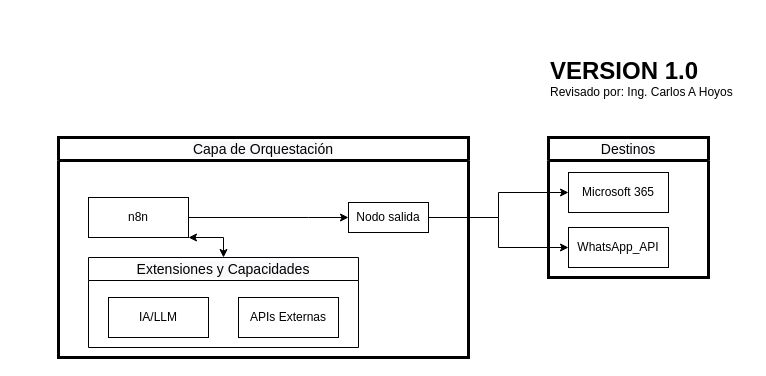
Before: diagrams/flows/Outbound desde n8n.drawio in carlhoro/raniot-digital-operations-orchestration, a draw.io diagram. Source tidied: cells renumbered, new cells numbered last; positions are measured from the earlier drawing's top-left corner, leaving out a move shared by most shapes. Both pictures are drawn from the tidied source at 100%, with x=0, y=0 at pixel (58, 37).
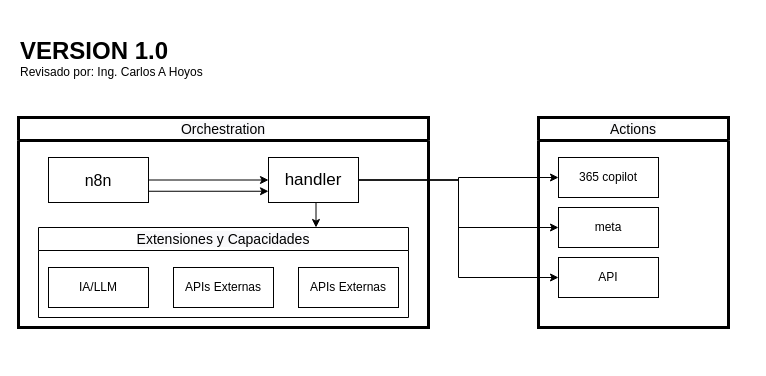
The same diagram, later.

Change to the diagram source:
```diff
@@
 <mxGraphModel>
   <root>
     <mxCell id="0" />
     <mxCell id="1" parent="0" />
-    <mxCell id="2" value="&lt;span style=&quot;font-family: &amp;quot;Recursive Variable&amp;quot;, arial, sans-serif; font-size: 14px; font-weight: 300; text-wrap-mode: nowrap; background-color: rgb(249, 249, 251);&quot;&gt;Capa de Orquestación&lt;/span&gt;" style="swimlane;whiteSpace=wrap;html=1;startSize=23;strokeWidth=3;" parent="1" vertex="1">
-      <mxGeometry y="100" width="410" height="220" as="geometry" />
+    <mxCell id="2" value="&lt;span style=&quot;font-family: &amp;quot;Recursive Variable&amp;quot;, arial, sans-serif; font-size: 14px; font-weight: 300; text-wrap-mode: nowrap; background-color: rgb(249, 249, 251);&quot;&gt;Orchestration&lt;/span&gt;" style="swimlane;whiteSpace=wrap;html=1;startSize=23;strokeWidth=3;" parent="1" vertex="1">
+      <mxGeometry x="-40" y="80" width="410" height="210" as="geometry" />
     </mxCell>
-    <mxCell id="3" value="n8n" style="whiteSpace=wrap;html=1;" parent="2" vertex="1">
-      <mxGeometry x="30" y="60" width="100" height="40" as="geometry" />
+    <mxCell id="3" value="n8n" style="whiteSpace=wrap;html=1;fontSize=16;" parent="2" vertex="1">
+      <mxGeometry x="30" y="40" width="100" height="45" as="geometry" />
     </mxCell>
     <mxCell id="4" value="&lt;span style=&quot;font-family: &amp;quot;Recursive Variable&amp;quot;, arial, sans-serif; font-size: 14px; font-weight: 300; text-wrap-mode: nowrap; background-color: rgb(249, 249, 251);&quot;&gt;Extensiones y Capacidades&lt;/span&gt;" style="swimlane;whiteSpace=wrap;html=1;" parent="2" vertex="1">
-      <mxGeometry x="30" y="120" width="270" height="90" as="geometry" />
+      <mxGeometry x="20" y="110" width="370" height="90" as="geometry" />
     </mxCell>
     <mxCell id="5" value="IA/LLM" style="whiteSpace=wrap;html=1;" parent="4" vertex="1">
-      <mxGeometry x="20" y="40" width="100" height="40" as="geometry" />
+      <mxGeometry x="10" y="40" width="100" height="40" as="geometry" />
     </mxCell>
     <mxCell id="6" value="APIs Externas" style="whiteSpace=wrap;html=1;" parent="4" vertex="1">
-      <mxGeometry x="150" y="40" width="100" height="40" as="geometry" />
+      <mxGeometry x="135" y="40" width="100" height="40" as="geometry" />
     </mxCell>
-    <mxCell id="7" style="endArrow=classic;html=1;rounded=0;exitX=1;exitY=1;exitDx=0;exitDy=0;entryX=0.5;entryY=0;entryDx=0;entryDy=0;startArrow=classic;startFill=1;" parent="2" edge="1" source="3" target="4">
-      <mxGeometry relative="1" as="geometry">
-        <Array as="points">
-          <mxPoint x="165" y="100" />
-        </Array>
-      </mxGeometry>
-    </mxCell>
+    <mxCell id="16" value="APIs Externas" style="whiteSpace=wrap;html=1;" parent="4" vertex="1">
+      <mxGeometry x="260" y="40" width="100" height="40" as="geometry" />
+    </mxCell>
+    <mxCell id="17" style="edgeStyle=orthogonalEdgeStyle;rounded=0;jettySize=auto;html=1;exitX=0.5;exitY=1;exitDx=0;exitDy=0;entryX=0.75;entryY=0;entryDx=0;entryDy=0;" parent="2" edge="1" source="8" target="4">
+      <mxGeometry relative="1" as="geometry" />
+    </mxCell>
-    <mxCell id="8" value="Nodo salida" style="whiteSpace=wrap;html=1;" parent="2" vertex="1">
-      <mxGeometry x="290" y="65" width="80" height="30" as="geometry" />
+    <mxCell id="8" value="handler" style="whiteSpace=wrap;html=1;fontSize=17;" parent="2" vertex="1">
+      <mxGeometry x="250" y="40" width="90" height="45" as="geometry" />
     </mxCell>
     <mxCell id="9" style="endArrow=classic;html=1;rounded=0;exitX=1;exitY=0.5;exitDx=0;exitDy=0;entryX=0;entryY=0.5;entryDx=0;entryDy=0;" parent="2" edge="1" source="3" target="8">
-      <mxGeometry relative="1" as="geometry">
-        <Array as="points">
-          <mxPoint x="250" y="80" />
-        </Array>
-      </mxGeometry>
+      <mxGeometry relative="1" as="geometry" />
     </mxCell>
+    <mxCell id="18" style="endArrow=classic;html=1;rounded=0;exitX=1;exitY=0.75;exitDx=0;exitDy=0;entryX=0;entryY=0.75;entryDx=0;entryDy=0;" parent="2" edge="1" source="3" target="8">
+      <mxGeometry relative="1" as="geometry" />
+    </mxCell>
     <mxCell id="10" value="&lt;div style=&quot;line-height: 30%;&quot;&gt;&lt;h1 style=&quot;margin-top: 0px; line-height: 30%;&quot;&gt;&lt;br&gt;&lt;/h1&gt;&lt;h1 style=&quot;margin-top: 0px; line-height: 30%;&quot;&gt;VERSION 1.0&lt;/h1&gt;&lt;p&gt;Revisado por: Ing. Carlos A Hoyos&lt;/p&gt;&lt;/div&gt;" style="text;html=1;whiteSpace=wrap;overflow=hidden;rounded=0;" parent="1" vertex="1">
-      <mxGeometry x="490" width="200" height="70" as="geometry" />
+      <mxGeometry x="-40" y="-20" width="200" height="70" as="geometry" />
     </mxCell>
-    <mxCell id="11" value="&lt;span style=&quot;font-family: &amp;quot;Recursive Variable&amp;quot;, arial, sans-serif; font-size: 14px; font-weight: 300; text-wrap-mode: nowrap; background-color: rgb(249, 249, 251);&quot;&gt;Destinos&lt;/span&gt;" style="swimlane;whiteSpace=wrap;html=1;strokeWidth=3;" parent="1" vertex="1">
-      <mxGeometry x="490" y="100" width="160" height="140" as="geometry" />
+    <mxCell id="11" value="&lt;span style=&quot;font-family: &amp;quot;Recursive Variable&amp;quot;, arial, sans-serif; font-size: 14px; font-weight: 300; text-wrap-mode: nowrap; background-color: rgb(249, 249, 251);&quot;&gt;Actions&lt;/span&gt;" style="swimlane;whiteSpace=wrap;html=1;strokeWidth=3;" parent="1" vertex="1">
+      <mxGeometry x="480" y="80" width="190" height="210" as="geometry" />
     </mxCell>
-    <mxCell id="12" value="WhatsApp_API" style="whiteSpace=wrap;html=1;" parent="11" vertex="1">
+    <mxCell id="12" value="meta" style="whiteSpace=wrap;html=1;" parent="11" vertex="1">
       <mxGeometry x="20" y="90" width="100" height="40" as="geometry" />
     </mxCell>
-    <mxCell id="13" value="Microsoft 365" style="whiteSpace=wrap;html=1;" parent="11" vertex="1">
-      <mxGeometry x="20" y="35" width="100" height="40" as="geometry" />
+    <mxCell id="13" value="365 copilot" style="whiteSpace=wrap;html=1;" parent="11" vertex="1">
+      <mxGeometry x="20" y="40" width="100" height="40" as="geometry" />
     </mxCell>
+    <mxCell id="19" value="API" style="whiteSpace=wrap;html=1;" parent="11" vertex="1">
+      <mxGeometry x="20" y="140" width="100" height="40" as="geometry" />
+    </mxCell>
     <mxCell id="14" style="edgeStyle=orthogonalEdgeStyle;rounded=0;jettySize=auto;html=1;exitX=1;exitY=0.5;exitDx=0;exitDy=0;entryX=0;entryY=0.5;entryDx=0;entryDy=0;" parent="1" edge="1" source="8" target="13">
       <mxGeometry relative="1" as="geometry" />
     </mxCell>
     <mxCell id="15" style="edgeStyle=orthogonalEdgeStyle;rounded=0;jettySize=auto;html=1;exitX=1;exitY=0.5;exitDx=0;exitDy=0;entryX=0;entryY=0.5;entryDx=0;entryDy=0;" parent="1" edge="1" source="8" target="12">
       <mxGeometry relative="1" as="geometry" />
     </mxCell>
+    <mxCell id="20" style="edgeStyle=orthogonalEdgeStyle;rounded=0;jettySize=auto;html=1;exitX=1;exitY=0.5;exitDx=0;exitDy=0;entryX=0;entryY=0.5;entryDx=0;entryDy=0;" parent="1" edge="1" source="8" target="19">
+      <mxGeometry relative="1" as="geometry" />
+    </mxCell>
   </root>
 </mxGraphModel>
```
